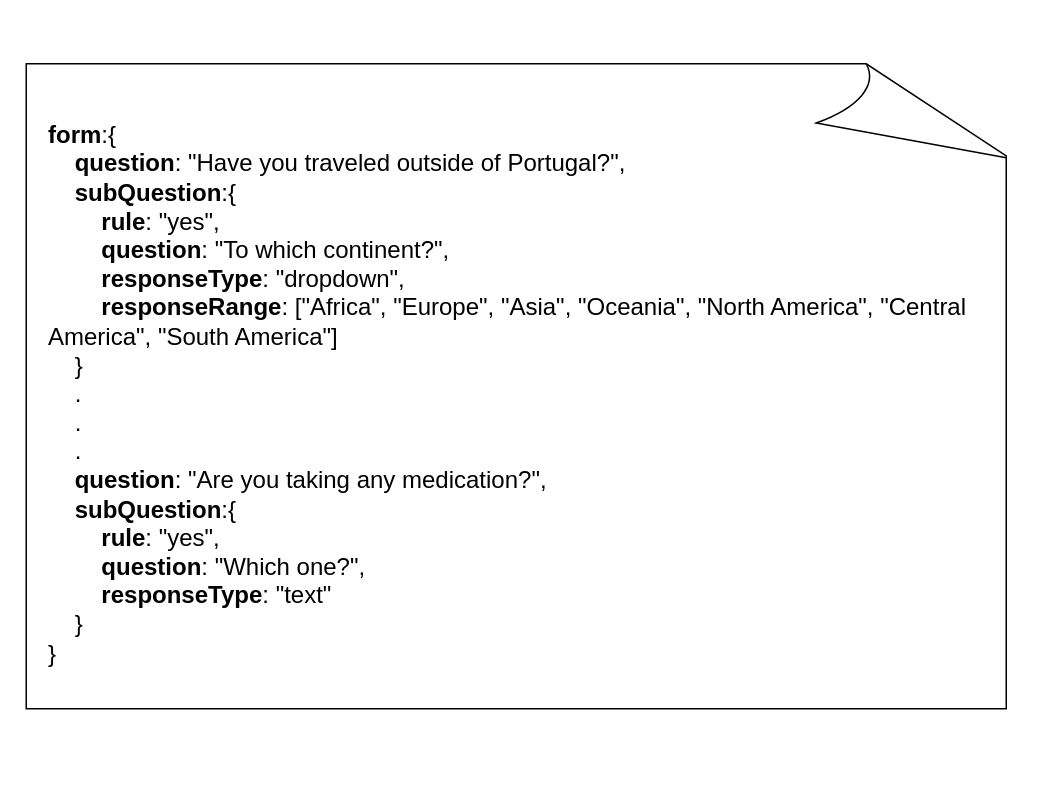
Before: docs/report/figures/oldForm.drawio in dadiva-team/dadiva-ipo, a draw.io diagram. Source tidied: cells renumbered, new cells numbered last; positions are measured from the earlier drawing's top-left corner, leaving out a move shared by most shapes. Both pictures are drawn from the tidied source at 150%, with x=0, y=0 at pixel (26, 26).
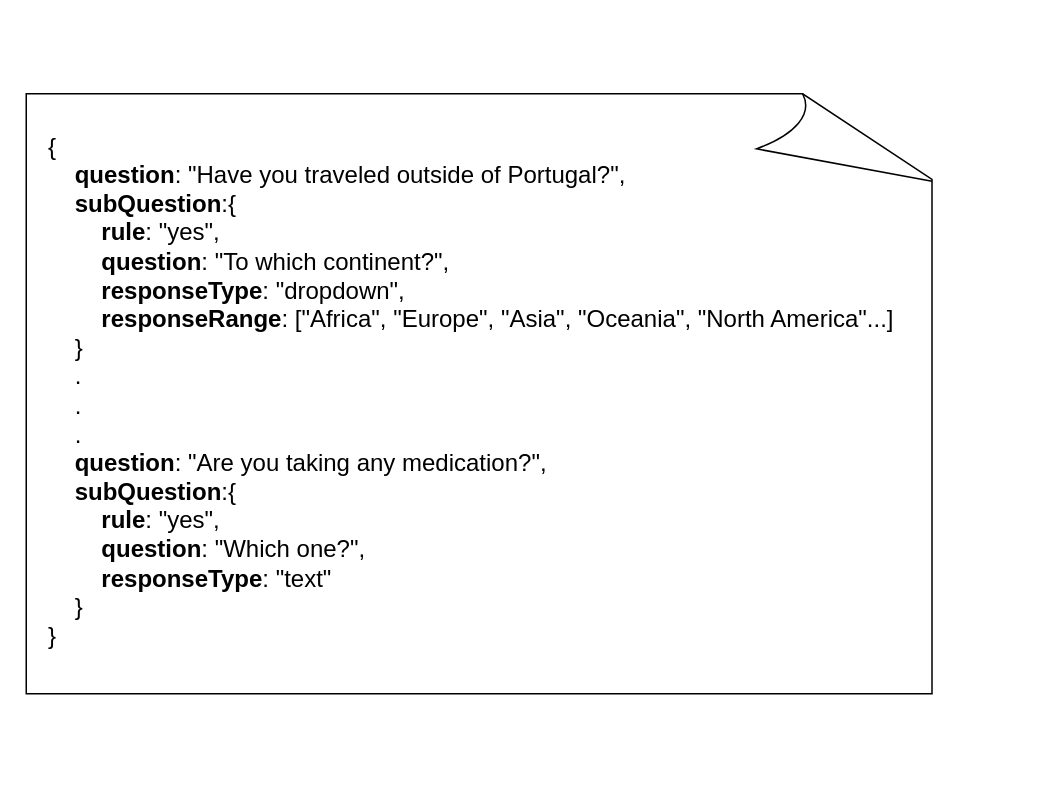
Above is the later version.

Diff of the diagram source:
```diff
@@
 <mxGraphModel>
   <root>
     <mxCell id="0" />
     <mxCell id="1" parent="0" />
     <mxCell id="2" style="whiteSpace=wrap;html=1;shape=mxgraph.basic.document;" parent="1" vertex="1">
-      <mxGeometry y="25" width="660" height="430" as="geometry" />
+      <mxGeometry y="45" width="610" height="400" as="geometry" />
     </mxCell>
-    <mxCell id="3" value="&lt;div style=&quot;font-size: 16px;&quot;&gt;&lt;font style=&quot;font-size: 16px;&quot;&gt;&lt;b&gt;form&lt;/b&gt;:{&lt;/font&gt;&lt;/div&gt;&lt;div style=&quot;font-size: 16px;&quot;&gt;&lt;font style=&quot;font-size: 16px;&quot;&gt;&amp;nbsp; &amp;nbsp; &lt;b&gt;question&lt;/b&gt;: &quot;Have you traveled outside of Portugal?&quot;,&lt;/font&gt;&lt;/div&gt;&lt;div style=&quot;font-size: 16px;&quot;&gt;&lt;font style=&quot;font-size: 16px;&quot;&gt;&amp;nbsp; &amp;nbsp; &lt;b&gt;subQuestion&lt;/b&gt;:{&lt;/font&gt;&lt;/div&gt;&lt;div style=&quot;font-size: 16px;&quot;&gt;&lt;font style=&quot;font-size: 16px;&quot;&gt;&amp;nbsp; &amp;nbsp; &amp;nbsp; &amp;nbsp; &lt;b&gt;rule&lt;/b&gt;: &quot;yes&quot;,&lt;/font&gt;&lt;/div&gt;&lt;div style=&quot;font-size: 16px;&quot;&gt;&lt;font style=&quot;font-size: 16px;&quot;&gt;&amp;nbsp; &amp;nbsp; &amp;nbsp; &amp;nbsp; &lt;b&gt;question&lt;/b&gt;: &quot;To which continent?&quot;,&lt;/font&gt;&lt;/div&gt;&lt;div style=&quot;font-size: 16px;&quot;&gt;&lt;font style=&quot;font-size: 16px;&quot;&gt;&amp;nbsp; &amp;nbsp; &amp;nbsp; &amp;nbsp; &lt;b&gt;responseType&lt;/b&gt;: &quot;dropdown&quot;,&lt;/font&gt;&lt;/div&gt;&lt;div style=&quot;font-size: 16px;&quot;&gt;&lt;font style=&quot;font-size: 16px;&quot;&gt;&amp;nbsp; &amp;nbsp; &amp;nbsp; &amp;nbsp; &lt;b&gt;responseRange&lt;/b&gt;: [&quot;Africa&quot;, &quot;Europe&quot;, &quot;Asia&quot;, &quot;Oceania&quot;, &quot;North America&quot;, &quot;Central America&quot;, &quot;South America&quot;]&lt;/font&gt;&lt;/div&gt;&lt;div style=&quot;font-size: 16px;&quot;&gt;&lt;font style=&quot;font-size: 16px;&quot;&gt;&amp;nbsp; &amp;nbsp; }&lt;/font&gt;&lt;/div&gt;&lt;div style=&quot;font-size: 16px;&quot;&gt;&lt;font style=&quot;font-size: 16px;&quot;&gt;&amp;nbsp; &amp;nbsp; .&lt;/font&gt;&lt;/div&gt;&lt;div style=&quot;font-size: 16px;&quot;&gt;&lt;font style=&quot;font-size: 16px;&quot;&gt;&amp;nbsp; &amp;nbsp; .&lt;/font&gt;&lt;/div&gt;&lt;div style=&quot;font-size: 16px;&quot;&gt;&lt;font style=&quot;font-size: 16px;&quot;&gt;&amp;nbsp; &amp;nbsp; .&lt;/font&gt;&lt;/div&gt;&lt;div style=&quot;font-size: 16px;&quot;&gt;&lt;font style=&quot;font-size: 16px;&quot;&gt;&amp;nbsp; &amp;nbsp; &lt;b&gt;question&lt;/b&gt;: &quot;Are you taking any medication?&quot;,&lt;/font&gt;&lt;/div&gt;&lt;div style=&quot;font-size: 16px;&quot;&gt;&lt;font style=&quot;font-size: 16px;&quot;&gt;&amp;nbsp; &amp;nbsp; &lt;b&gt;subQuestion&lt;/b&gt;:{&lt;/font&gt;&lt;/div&gt;&lt;div style=&quot;font-size: 16px;&quot;&gt;&lt;font style=&quot;font-size: 16px;&quot;&gt;&amp;nbsp; &amp;nbsp; &amp;nbsp; &amp;nbsp; &lt;b&gt;rule&lt;/b&gt;: &quot;yes&quot;,&lt;/font&gt;&lt;/div&gt;&lt;div style=&quot;font-size: 16px;&quot;&gt;&lt;font style=&quot;font-size: 16px;&quot;&gt;&amp;nbsp; &amp;nbsp; &amp;nbsp; &amp;nbsp; &lt;b&gt;question&lt;/b&gt;: &quot;Which one?&quot;,&lt;/font&gt;&lt;/div&gt;&lt;div style=&quot;font-size: 16px;&quot;&gt;&lt;font style=&quot;font-size: 16px;&quot;&gt;&amp;nbsp; &amp;nbsp; &amp;nbsp; &amp;nbsp; &lt;b&gt;responseType&lt;/b&gt;: &quot;text&quot;&lt;/font&gt;&lt;/div&gt;&lt;div style=&quot;font-size: 16px;&quot;&gt;&lt;font style=&quot;font-size: 16px;&quot;&gt;&amp;nbsp; &amp;nbsp; }&lt;/font&gt;&lt;/div&gt;&lt;div style=&quot;font-size: 16px;&quot;&gt;&lt;font style=&quot;font-size: 16px;&quot;&gt;}&lt;/font&gt;&lt;/div&gt;" style="text;html=1;align=left;verticalAlign=middle;whiteSpace=wrap;rounded=0;" parent="1" vertex="1">
-      <mxGeometry x="13" width="640" height="490" as="geometry" />
+    <mxCell id="3" value="&lt;div style=&quot;font-size: 16px;&quot;&gt;&lt;font style=&quot;font-size: 16px;&quot;&gt;{&lt;/font&gt;&lt;/div&gt;&lt;div style=&quot;font-size: 16px;&quot;&gt;&lt;font style=&quot;font-size: 16px;&quot;&gt;&amp;nbsp; &amp;nbsp; &lt;b&gt;question&lt;/b&gt;: &quot;Have you traveled outside of Portugal?&quot;,&lt;/font&gt;&lt;/div&gt;&lt;div style=&quot;font-size: 16px;&quot;&gt;&lt;font style=&quot;font-size: 16px;&quot;&gt;&amp;nbsp; &amp;nbsp; &lt;b&gt;subQuestion&lt;/b&gt;:{&lt;/font&gt;&lt;/div&gt;&lt;div style=&quot;font-size: 16px;&quot;&gt;&lt;font style=&quot;font-size: 16px;&quot;&gt;&amp;nbsp; &amp;nbsp; &amp;nbsp; &amp;nbsp; &lt;b&gt;rule&lt;/b&gt;: &quot;yes&quot;,&lt;/font&gt;&lt;/div&gt;&lt;div style=&quot;font-size: 16px;&quot;&gt;&lt;font style=&quot;font-size: 16px;&quot;&gt;&amp;nbsp; &amp;nbsp; &amp;nbsp; &amp;nbsp; &lt;b&gt;question&lt;/b&gt;: &quot;To which continent?&quot;,&lt;/font&gt;&lt;/div&gt;&lt;div style=&quot;font-size: 16px;&quot;&gt;&lt;font style=&quot;font-size: 16px;&quot;&gt;&amp;nbsp; &amp;nbsp; &amp;nbsp; &amp;nbsp; &lt;b&gt;responseType&lt;/b&gt;: &quot;dropdown&quot;,&lt;/font&gt;&lt;/div&gt;&lt;div style=&quot;font-size: 16px;&quot;&gt;&lt;font style=&quot;font-size: 16px;&quot;&gt;&amp;nbsp; &amp;nbsp; &amp;nbsp; &amp;nbsp; &lt;b&gt;responseRange&lt;/b&gt;: [&quot;Africa&quot;, &quot;Europe&quot;, &quot;Asia&quot;, &quot;Oceania&quot;, &quot;North America&quot;...]&lt;/font&gt;&lt;/div&gt;&lt;div style=&quot;font-size: 16px;&quot;&gt;&lt;font style=&quot;font-size: 16px;&quot;&gt;&amp;nbsp; &amp;nbsp; }&lt;/font&gt;&lt;/div&gt;&lt;div style=&quot;font-size: 16px;&quot;&gt;&lt;font style=&quot;font-size: 16px;&quot;&gt;&amp;nbsp; &amp;nbsp; .&lt;/font&gt;&lt;/div&gt;&lt;div style=&quot;font-size: 16px;&quot;&gt;&lt;font style=&quot;font-size: 16px;&quot;&gt;&amp;nbsp; &amp;nbsp; .&lt;/font&gt;&lt;/div&gt;&lt;div style=&quot;font-size: 16px;&quot;&gt;&lt;font style=&quot;font-size: 16px;&quot;&gt;&amp;nbsp; &amp;nbsp; .&lt;/font&gt;&lt;/div&gt;&lt;div style=&quot;font-size: 16px;&quot;&gt;&lt;font style=&quot;font-size: 16px;&quot;&gt;&amp;nbsp; &amp;nbsp; &lt;b&gt;question&lt;/b&gt;: &quot;Are you taking any medication?&quot;,&lt;/font&gt;&lt;/div&gt;&lt;div style=&quot;font-size: 16px;&quot;&gt;&lt;font style=&quot;font-size: 16px;&quot;&gt;&amp;nbsp; &amp;nbsp; &lt;b&gt;subQuestion&lt;/b&gt;:{&lt;/font&gt;&lt;/div&gt;&lt;div style=&quot;font-size: 16px;&quot;&gt;&lt;font style=&quot;font-size: 16px;&quot;&gt;&amp;nbsp; &amp;nbsp; &amp;nbsp; &amp;nbsp; &lt;b&gt;rule&lt;/b&gt;: &quot;yes&quot;,&lt;/font&gt;&lt;/div&gt;&lt;div style=&quot;font-size: 16px;&quot;&gt;&lt;font style=&quot;font-size: 16px;&quot;&gt;&amp;nbsp; &amp;nbsp; &amp;nbsp; &amp;nbsp; &lt;b&gt;question&lt;/b&gt;: &quot;Which one?&quot;,&lt;/font&gt;&lt;/div&gt;&lt;div style=&quot;font-size: 16px;&quot;&gt;&lt;font style=&quot;font-size: 16px;&quot;&gt;&amp;nbsp; &amp;nbsp; &amp;nbsp; &amp;nbsp; &lt;b&gt;responseType&lt;/b&gt;: &quot;text&quot;&lt;/font&gt;&lt;/div&gt;&lt;div style=&quot;font-size: 16px;&quot;&gt;&lt;font style=&quot;font-size: 16px;&quot;&gt;&amp;nbsp; &amp;nbsp; }&lt;/font&gt;&lt;/div&gt;&lt;div style=&quot;font-size: 16px;&quot;&gt;&lt;font style=&quot;font-size: 16px;&quot;&gt;}&lt;/font&gt;&lt;/div&gt;" style="text;html=1;align=left;verticalAlign=middle;whiteSpace=wrap;rounded=0;" parent="1" vertex="1">
+      <mxGeometry x="13" y="53" width="577" height="380" as="geometry" />
     </mxCell>
   </root>
 </mxGraphModel>
```
